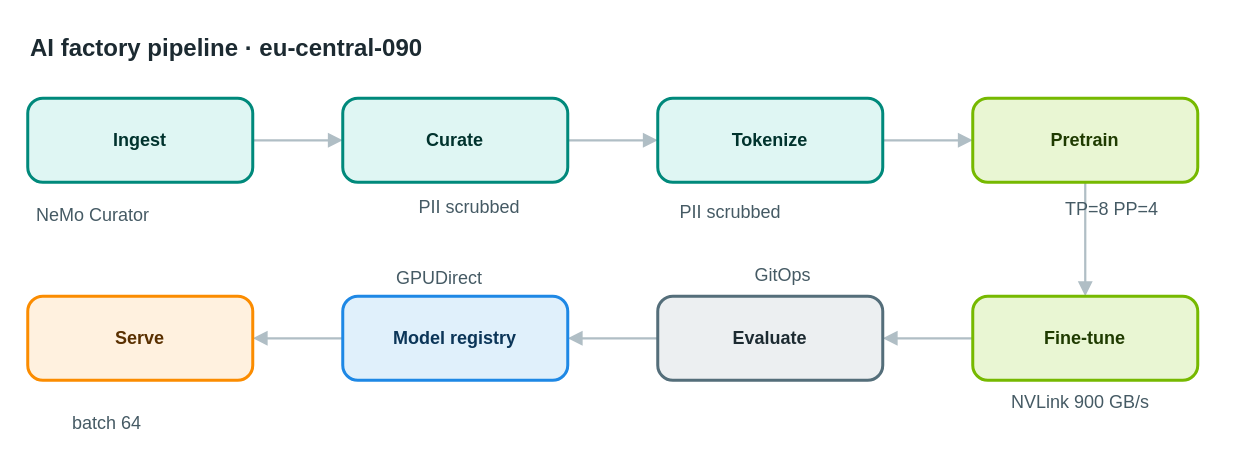
This is apps/web/public/samples/library/090-ai-factory-pipeline.drawio from AryanG01/open-apprentice, a draw.io file, before an edit. Source tidied: cells renumbered, new cells numbered last; positions are measured from the earlier drawing's top-left corner, leaving out a move shared by most shapes. Both pictures are drawn from the tidied source at 150%, with x=0, y=0 at pixel (27, 26).
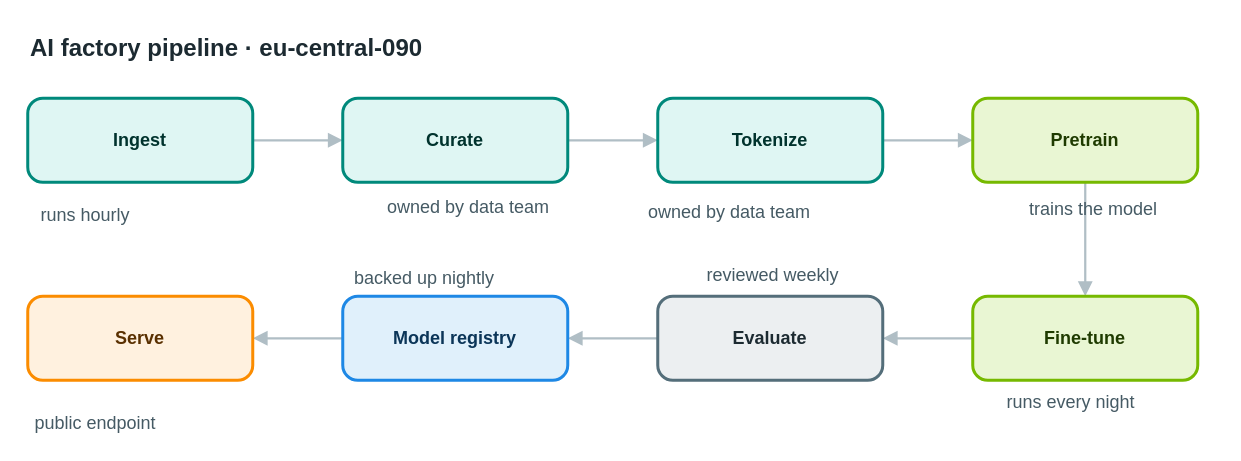
The same page after the edit.

Change to the diagram source:
```diff
@@
-    <mxCell id="18" value="NeMo Curator" style="text;html=1;align=left;verticalAlign=top;whiteSpace=nowrap;spacing=0;spacingTop=0;strokeColor=none;fillColor=none;fontSize=12;fontColor=#455a64;" parent="1" vertex="1">
-      <mxGeometry x="6" y="114" width="96" height="20" as="geometry" />
+    <mxCell id="18" value="runs hourly" style="text;html=1;align=left;verticalAlign=top;whiteSpace=nowrap;spacing=0;spacingTop=0;strokeColor=none;fillColor=none;fontSize=12;fontColor=#455a64;" parent="1" vertex="1">
+      <mxGeometry x="9" y="114" width="89" height="20" as="geometry" />
     </mxCell>
-    <mxCell id="19" value="PII scrubbed" style="text;html=1;align=left;verticalAlign=top;whiteSpace=nowrap;spacing=0;spacingTop=0;strokeColor=none;fillColor=none;fontSize=12;fontColor=#455a64;" parent="1" vertex="1">
-      <mxGeometry x="261" y="109" width="96" height="20" as="geometry" />
+    <mxCell id="19" value="owned by data team" style="text;html=1;align=left;verticalAlign=top;whiteSpace=nowrap;spacing=0;spacingTop=0;strokeColor=none;fillColor=none;fontSize=12;fontColor=#455a64;" parent="1" vertex="1">
+      <mxGeometry x="240" y="109" width="138" height="20" as="geometry" />
     </mxCell>
-    <mxCell id="20" value="PII scrubbed" style="text;html=1;align=left;verticalAlign=top;whiteSpace=nowrap;spacing=0;spacingTop=0;strokeColor=none;fillColor=none;fontSize=12;fontColor=#455a64;" parent="1" vertex="1">
-      <mxGeometry x="435" y="112" width="96" height="20" as="geometry" />
+    <mxCell id="20" value="owned by data team" style="text;html=1;align=left;verticalAlign=top;whiteSpace=nowrap;spacing=0;spacingTop=0;strokeColor=none;fillColor=none;fontSize=12;fontColor=#455a64;" parent="1" vertex="1">
+      <mxGeometry x="414" y="112" width="138" height="20" as="geometry" />
     </mxCell>
-    <mxCell id="21" value="TP=8 PP=4" style="text;html=1;align=left;verticalAlign=top;whiteSpace=nowrap;spacing=0;spacingTop=0;strokeColor=none;fillColor=none;fontSize=12;fontColor=#455a64;" parent="1" vertex="1">
-      <mxGeometry x="692" y="110" width="75" height="20" as="geometry" />
+    <mxCell id="21" value="trains the model" style="text;html=1;align=left;verticalAlign=top;whiteSpace=nowrap;spacing=0;spacingTop=0;strokeColor=none;fillColor=none;fontSize=12;fontColor=#455a64;" parent="1" vertex="1">
+      <mxGeometry x="668" y="110" width="124" height="20" as="geometry" />
     </mxCell>
-    <mxCell id="22" value="NVLink 900 GB/s" style="text;html=1;align=left;verticalAlign=top;whiteSpace=nowrap;spacing=0;spacingTop=0;strokeColor=none;fillColor=none;fontSize=12;fontColor=#455a64;" parent="1" vertex="1">
-      <mxGeometry x="656" y="239" width="117" height="20" as="geometry" />
+    <mxCell id="22" value="runs every night" style="text;html=1;align=left;verticalAlign=top;whiteSpace=nowrap;spacing=0;spacingTop=0;strokeColor=none;fillColor=none;fontSize=12;fontColor=#455a64;" parent="1" vertex="1">
+      <mxGeometry x="653" y="239" width="124" height="20" as="geometry" />
     </mxCell>
-    <mxCell id="23" value="GitOps" style="text;html=1;align=left;verticalAlign=top;whiteSpace=nowrap;spacing=0;spacingTop=0;strokeColor=none;fillColor=none;fontSize=12;fontColor=#455a64;" parent="1" vertex="1">
-      <mxGeometry x="485" y="154" width="54" height="20" as="geometry" />
+    <mxCell id="23" value="reviewed weekly" style="text;html=1;align=left;verticalAlign=top;whiteSpace=nowrap;spacing=0;spacingTop=0;strokeColor=none;fillColor=none;fontSize=12;fontColor=#455a64;" parent="1" vertex="1">
+      <mxGeometry x="453" y="154" width="117" height="20" as="geometry" />
     </mxCell>
-    <mxCell id="24" value="GPUDirect" style="text;html=1;align=left;verticalAlign=top;whiteSpace=nowrap;spacing=0;spacingTop=0;strokeColor=none;fillColor=none;fontSize=12;fontColor=#455a64;" parent="1" vertex="1">
-      <mxGeometry x="246" y="156" width="75" height="20" as="geometry" />
+    <mxCell id="24" value="backed up nightly" style="text;html=1;align=left;verticalAlign=top;whiteSpace=nowrap;spacing=0;spacingTop=0;strokeColor=none;fillColor=none;fontSize=12;fontColor=#455a64;" parent="1" vertex="1">
+      <mxGeometry x="218" y="156" width="131" height="20" as="geometry" />
     </mxCell>
-    <mxCell id="25" value="batch 64" style="text;html=1;align=left;verticalAlign=top;whiteSpace=nowrap;spacing=0;spacingTop=0;strokeColor=none;fillColor=none;fontSize=12;fontColor=#455a64;" parent="1" vertex="1">
-      <mxGeometry x="30" y="253" width="68" height="20" as="geometry" />
+    <mxCell id="25" value="public endpoint" style="text;html=1;align=left;verticalAlign=top;whiteSpace=nowrap;spacing=0;spacingTop=0;strokeColor=none;fillColor=none;fontSize=12;fontColor=#455a64;" parent="1" vertex="1">
+      <mxGeometry x="5" y="253" width="117" height="20" as="geometry" />
     </mxCell>
```
